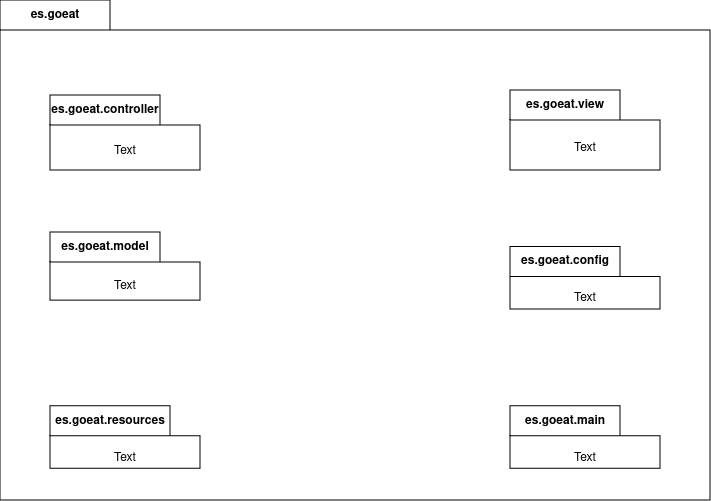
Earlier version of the draw.io export diagrama-paquete.png (alvarogrlp/clasificador-imagenes). Source tidied: cells renumbered, new cells last; positions are measured from the earlier drawing's top-left corner, leaving out a move shared by most shapes. Source of this version:
```xml
<mxGraphModel>
  <root>
    <mxCell id="0" />
    <mxCell id="1" parent="0" />
    <mxCell id="2" value="es.goeat" style="shape=folder;fontStyle=1;tabWidth=110;tabHeight=30;tabPosition=left;html=1;boundedLbl=1;labelInHeader=1;whiteSpace=wrap;" parent="1" vertex="1">
      <mxGeometry width="710" height="500" as="geometry" />
    </mxCell>
    <mxCell id="3" value="Text" style="html=1;strokeColor=none;fillColor=none;whiteSpace=wrap;" parent="2" vertex="1">
      <mxGeometry width="710" height="425" relative="1" as="geometry">
        <mxPoint y="30" as="offset" />
      </mxGeometry>
    </mxCell>
    <mxCell id="4" value="es.goeat.model" style="shape=folder;fontStyle=1;tabWidth=110;tabHeight=30;tabPosition=left;html=1;boundedLbl=1;labelInHeader=1;whiteSpace=wrap;" parent="2" vertex="1">
      <mxGeometry x="50" y="231.9" width="150" height="68.1" as="geometry" />
    </mxCell>
    <mxCell id="5" value="Text" style="html=1;strokeColor=none;fillColor=none;whiteSpace=wrap;" parent="4" vertex="1">
      <mxGeometry width="150" height="47.68" relative="1" as="geometry">
        <mxPoint y="30" as="offset" />
      </mxGeometry>
    </mxCell>
    <mxCell id="6" value="es.goeat.view" style="shape=folder;fontStyle=1;tabWidth=110;tabHeight=30;tabPosition=left;html=1;boundedLbl=1;labelInHeader=1;whiteSpace=wrap;" parent="2" vertex="1">
      <mxGeometry x="510" y="90" width="150" height="80" as="geometry" />
    </mxCell>
    <mxCell id="7" value="Text" style="html=1;strokeColor=none;fillColor=none;whiteSpace=wrap;" parent="6" vertex="1">
      <mxGeometry width="150" height="56" relative="1" as="geometry">
        <mxPoint y="30" as="offset" />
      </mxGeometry>
    </mxCell>
    <mxCell id="8" value="es.goeat.config" style="shape=folder;fontStyle=1;tabWidth=110;tabHeight=30;tabPosition=left;html=1;boundedLbl=1;labelInHeader=1;whiteSpace=wrap;" parent="2" vertex="1">
      <mxGeometry x="510" y="246.4" width="150" height="62.5" as="geometry" />
    </mxCell>
    <mxCell id="9" value="Text" style="html=1;strokeColor=none;fillColor=none;whiteSpace=wrap;" parent="8" vertex="1">
      <mxGeometry width="150" height="43.75" relative="1" as="geometry">
        <mxPoint y="30" as="offset" />
      </mxGeometry>
    </mxCell>
    <mxCell id="10" value="es.goeat.resources" style="shape=folder;fontStyle=1;tabWidth=120;tabHeight=30;tabPosition=left;html=1;boundedLbl=1;labelInHeader=1;whiteSpace=wrap;" parent="2" vertex="1">
      <mxGeometry x="50" y="405.8" width="150" height="62.5" as="geometry" />
    </mxCell>
    <mxCell id="11" value="Text" style="html=1;strokeColor=none;fillColor=none;whiteSpace=wrap;" parent="10" vertex="1">
      <mxGeometry width="150" height="43.75" relative="1" as="geometry">
        <mxPoint y="30" as="offset" />
      </mxGeometry>
    </mxCell>
    <mxCell id="12" value="es.goeat.main" style="shape=folder;fontStyle=1;tabWidth=110;tabHeight=30;tabPosition=left;html=1;boundedLbl=1;labelInHeader=1;whiteSpace=wrap;" parent="2" vertex="1">
      <mxGeometry x="510" y="405.8" width="150" height="62.5" as="geometry" />
    </mxCell>
    <mxCell id="13" value="Text" style="html=1;strokeColor=none;fillColor=none;whiteSpace=wrap;" parent="12" vertex="1">
      <mxGeometry width="150" height="43.75" relative="1" as="geometry">
        <mxPoint y="30" as="offset" />
      </mxGeometry>
    </mxCell>
    <mxCell id="14" style="rounded=0;whiteSpace=wrap;html=1;strokeColor=none;" parent="2" vertex="1">
      <mxGeometry x="295" y="210" width="120" height="60" as="geometry" />
    </mxCell>
    <mxCell id="15" value="es.goeat.controller" style="shape=folder;fontStyle=1;tabWidth=110;tabHeight=30;tabPosition=left;html=1;boundedLbl=1;labelInHeader=1;whiteSpace=wrap;" parent="1" vertex="1">
      <mxGeometry x="50" y="95" width="150" height="75" as="geometry" />
    </mxCell>
    <mxCell id="16" value="Text" style="html=1;strokeColor=none;fillColor=none;whiteSpace=wrap;" parent="15" vertex="1">
      <mxGeometry width="150" height="52.5" relative="1" as="geometry">
        <mxPoint y="30" as="offset" />
      </mxGeometry>
    </mxCell>
  </root>
</mxGraphModel>
```
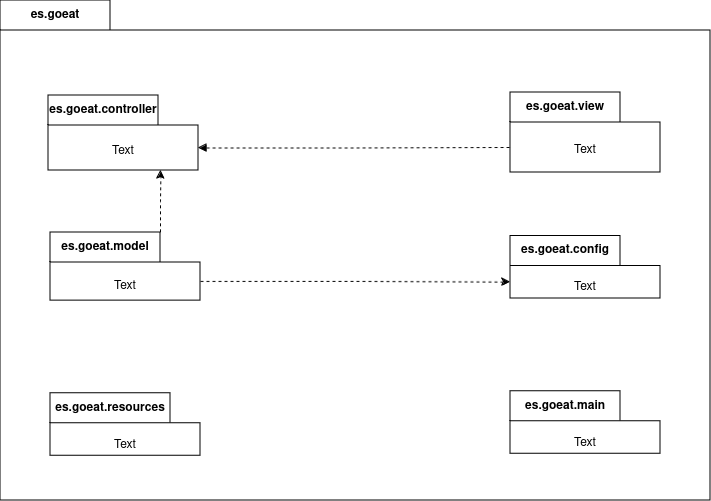
Above is the later version.

The edit, as a diff of the source:
```diff
@@ -19,7 +19,7 @@
       </mxGeometry>
     </mxCell>
     <mxCell id="6" value="es.goeat.view" style="shape=folder;fontStyle=1;tabWidth=110;tabHeight=30;tabPosition=left;html=1;boundedLbl=1;labelInHeader=1;whiteSpace=wrap;" parent="2" vertex="1">
-      <mxGeometry x="510" y="90" width="150" height="80" as="geometry" />
+      <mxGeometry x="510" y="92" width="150" height="80" as="geometry" />
     </mxCell>
     <mxCell id="7" value="Text" style="html=1;strokeColor=none;fillColor=none;whiteSpace=wrap;" parent="6" vertex="1">
       <mxGeometry width="150" height="56" relative="1" as="geometry">
@@ -27,7 +27,7 @@
       </mxGeometry>
     </mxCell>
     <mxCell id="8" value="es.goeat.config" style="shape=folder;fontStyle=1;tabWidth=110;tabHeight=30;tabPosition=left;html=1;boundedLbl=1;labelInHeader=1;whiteSpace=wrap;" parent="2" vertex="1">
-      <mxGeometry x="510" y="246.4" width="150" height="62.5" as="geometry" />
+      <mxGeometry x="510" y="235.4" width="150" height="62.5" as="geometry" />
     </mxCell>
     <mxCell id="9" value="Text" style="html=1;strokeColor=none;fillColor=none;whiteSpace=wrap;" parent="8" vertex="1">
       <mxGeometry width="150" height="43.75" relative="1" as="geometry">
@@ -35,7 +35,7 @@
       </mxGeometry>
     </mxCell>
     <mxCell id="10" value="es.goeat.resources" style="shape=folder;fontStyle=1;tabWidth=120;tabHeight=30;tabPosition=left;html=1;boundedLbl=1;labelInHeader=1;whiteSpace=wrap;" parent="2" vertex="1">
-      <mxGeometry x="50" y="405.8" width="150" height="62.5" as="geometry" />
+      <mxGeometry x="50" y="392.8" width="150" height="62.5" as="geometry" />
     </mxCell>
     <mxCell id="11" value="Text" style="html=1;strokeColor=none;fillColor=none;whiteSpace=wrap;" parent="10" vertex="1">
       <mxGeometry width="150" height="43.75" relative="1" as="geometry">
@@ -43,7 +43,7 @@
       </mxGeometry>
     </mxCell>
     <mxCell id="12" value="es.goeat.main" style="shape=folder;fontStyle=1;tabWidth=110;tabHeight=30;tabPosition=left;html=1;boundedLbl=1;labelInHeader=1;whiteSpace=wrap;" parent="2" vertex="1">
-      <mxGeometry x="510" y="405.8" width="150" height="62.5" as="geometry" />
+      <mxGeometry x="510" y="390.8" width="150" height="62.5" as="geometry" />
     </mxCell>
     <mxCell id="13" value="Text" style="html=1;strokeColor=none;fillColor=none;whiteSpace=wrap;" parent="12" vertex="1">
       <mxGeometry width="150" height="43.75" relative="1" as="geometry">
@@ -53,13 +53,22 @@
     <mxCell id="14" style="rounded=0;whiteSpace=wrap;html=1;strokeColor=none;" parent="2" vertex="1">
       <mxGeometry x="295" y="210" width="120" height="60" as="geometry" />
     </mxCell>
+    <mxCell id="17" style="edgeStyle=orthogonalEdgeStyle;rounded=0;jettySize=auto;html=1;exitX=0;exitY=0;exitDx=150;exitDy=49.06;exitPerimeter=0;entryX=0;entryY=0;entryDx=0;entryDy=46.25;entryPerimeter=0;dashed=1;" parent="2" edge="1" source="4" target="8">
+      <mxGeometry relative="1" as="geometry" />
+    </mxCell>
     <mxCell id="15" value="es.goeat.controller" style="shape=folder;fontStyle=1;tabWidth=110;tabHeight=30;tabPosition=left;html=1;boundedLbl=1;labelInHeader=1;whiteSpace=wrap;" parent="1" vertex="1">
-      <mxGeometry x="50" y="95" width="150" height="75" as="geometry" />
+      <mxGeometry x="48" y="95" width="150" height="75" as="geometry" />
     </mxCell>
     <mxCell id="16" value="Text" style="html=1;strokeColor=none;fillColor=none;whiteSpace=wrap;" parent="15" vertex="1">
       <mxGeometry width="150" height="52.5" relative="1" as="geometry">
         <mxPoint y="30" as="offset" />
       </mxGeometry>
     </mxCell>
+    <mxCell id="18" style="edgeStyle=orthogonalEdgeStyle;rounded=0;jettySize=auto;html=1;exitX=0;exitY=0;exitDx=150;exitDy=52.5;exitPerimeter=0;entryX=0;entryY=0;entryDx=0;entryDy=55;entryPerimeter=0;dashed=1;endArrow=none;endFill=0;startArrow=block;startFill=1;" parent="1" edge="1" source="15" target="6">
+      <mxGeometry relative="1" as="geometry" />
+    </mxCell>
+    <mxCell id="19" style="edgeStyle=orthogonalEdgeStyle;rounded=0;jettySize=auto;html=1;exitX=0;exitY=0;exitDx=110;exitDy=0;exitPerimeter=0;entryX=0.75;entryY=1;entryDx=0;entryDy=0;entryPerimeter=0;dashed=1;" parent="1" edge="1" source="4" target="15">
+      <mxGeometry relative="1" as="geometry" />
+    </mxCell>
   </root>
 </mxGraphModel>
```
